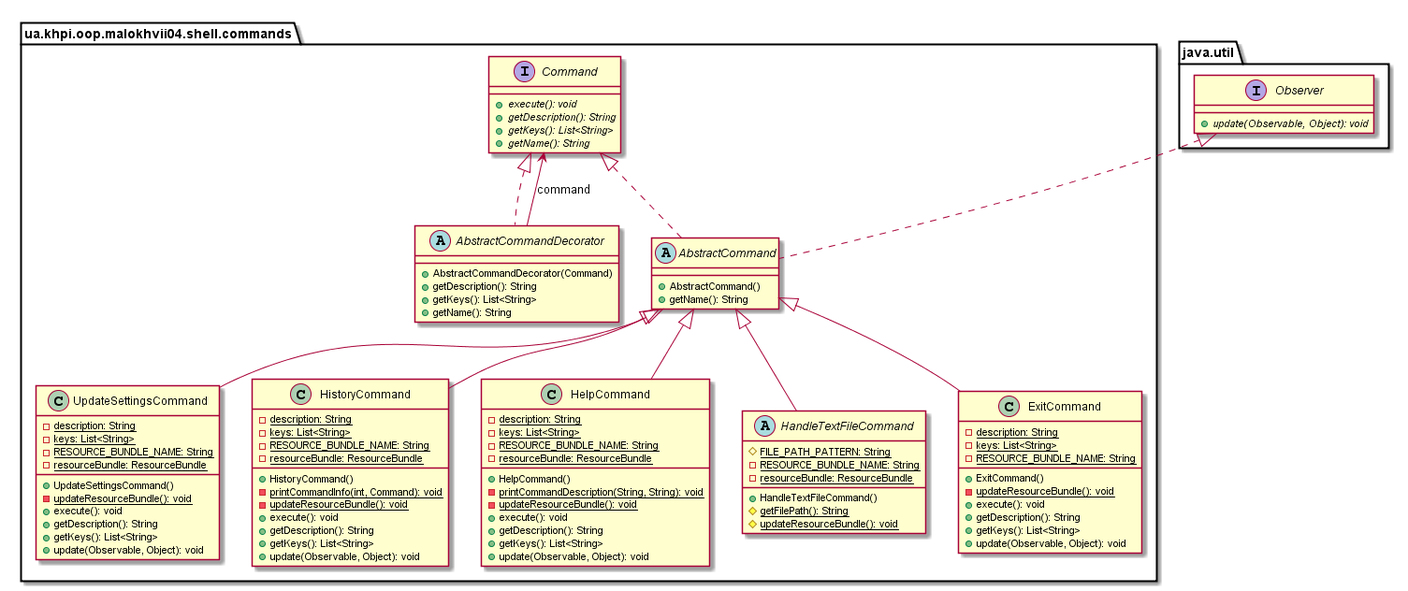
Earlier version of the PlantUML export malokhvii-eduard/malokhvii04/doc/plantuml/png/ua.khpi.oop.malokhvii04.shell.commands.package.png (P-Kalin/kit26a).
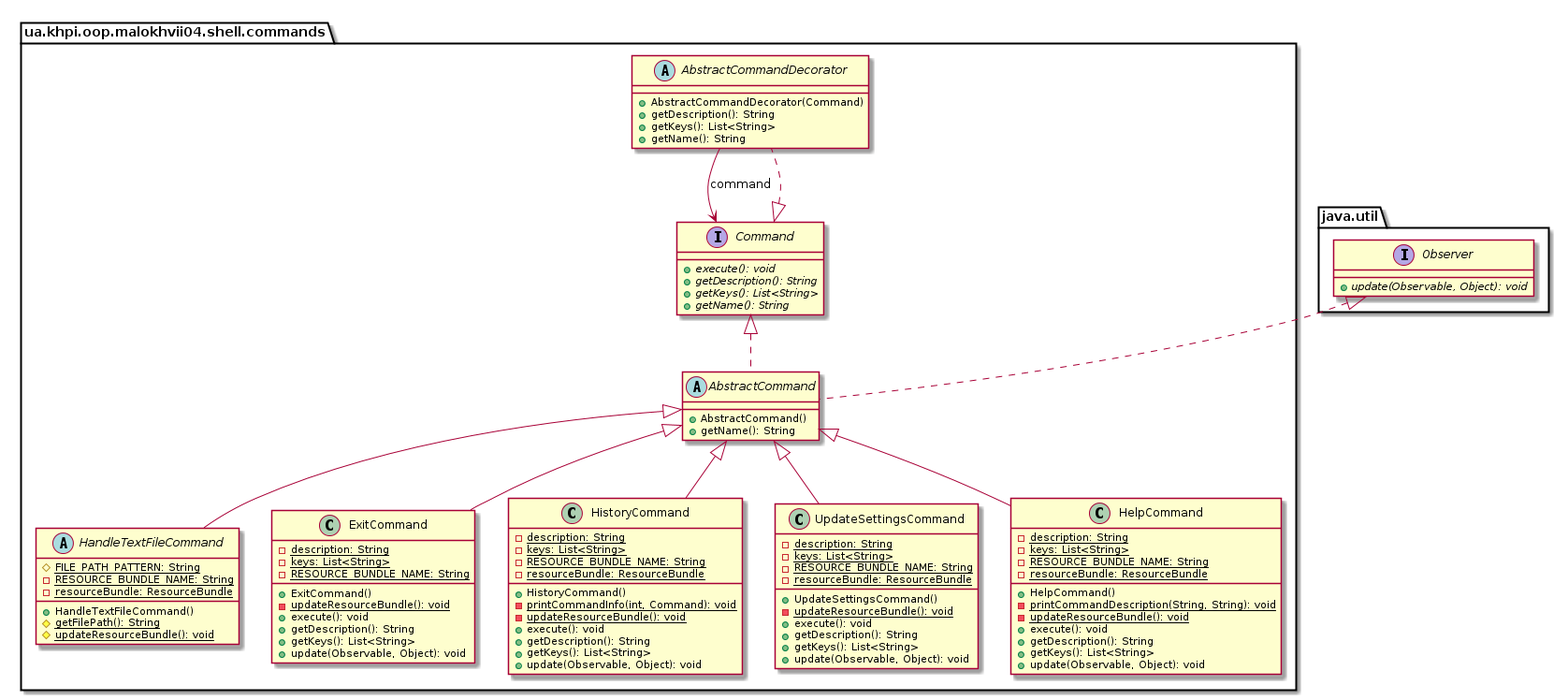
After the change.

The edit, as a diff of the source:
```diff
@@ -2,45 +2,11 @@
 
     namespace ua.khpi.oop.malokhvii04.shell.commands {
 
-        class UpdateSettingsCommand {
-            {static} -description: String
-            {static} -keys: List<String>
-            {static} -RESOURCE_BUNDLE_NAME: String
-            {static} -resourceBundle: ResourceBundle
-            +UpdateSettingsCommand()
-            {static} -updateResourceBundle(): void
-            +execute(): void
+        abstract class AbstractCommandDecorator {
+            +AbstractCommandDecorator(Command)
             +getDescription(): String
             +getKeys(): List<String>
-            +update(Observable, Object): void
-        }
-
-        class HistoryCommand {
-            {static} -description: String
-            {static} -keys: List<String>
-            {static} -RESOURCE_BUNDLE_NAME: String
-            {static} -resourceBundle: ResourceBundle
-            +HistoryCommand()
-            {static} -printCommandInfo(int, Command): void
-            {static} -updateResourceBundle(): void
-            +execute(): void
-            +getDescription(): String
-            +getKeys(): List<String>
-            +update(Observable, Object): void
-        }
-
-        class HelpCommand {
-            {static} -description: String
-            {static} -keys: List<String>
-            {static} -RESOURCE_BUNDLE_NAME: String
-            {static} -resourceBundle: ResourceBundle
-            +HelpCommand()
-            {static} -printCommandDescription(String, String): void
-            {static} -updateResourceBundle(): void
-            +execute(): void
-            +getDescription(): String
-            +getKeys(): List<String>
-            +update(Observable, Object): void
+            +getName(): String
         }
 
         abstract class HandleTextFileCommand {
@@ -64,6 +30,20 @@
             +update(Observable, Object): void
         }
 
+        class HistoryCommand {
+            {static} -description: String
+            {static} -keys: List<String>
+            {static} -RESOURCE_BUNDLE_NAME: String
+            {static} -resourceBundle: ResourceBundle
+            +HistoryCommand()
+            {static} -printCommandInfo(int, Command): void
+            {static} -updateResourceBundle(): void
+            +execute(): void
+            +getDescription(): String
+            +getKeys(): List<String>
+            +update(Observable, Object): void
+        }
+
         interface Command {
             {abstract} +execute(): void
             {abstract} +getDescription(): String
@@ -71,11 +51,17 @@
             {abstract} +getName(): String
         }
 
-        abstract class AbstractCommandDecorator {
-            +AbstractCommandDecorator(Command)
+        class UpdateSettingsCommand {
+            {static} -description: String
+            {static} -keys: List<String>
+            {static} -RESOURCE_BUNDLE_NAME: String
+            {static} -resourceBundle: ResourceBundle
+            +UpdateSettingsCommand()
+            {static} -updateResourceBundle(): void
+            +execute(): void
             +getDescription(): String
             +getKeys(): List<String>
-            +getName(): String
+            +update(Observable, Object): void
         }
 
         abstract class AbstractCommand {
@@ -83,17 +69,29 @@
             +getName(): String
         }
 
-        AbstractCommand <|-- UpdateSettingsCommand
+        class HelpCommand {
+            {static} -description: String
+            {static} -keys: List<String>
+            {static} -RESOURCE_BUNDLE_NAME: String
+            {static} -resourceBundle: ResourceBundle
+            +HelpCommand()
+            {static} -printCommandDescription(String, String): void
+            {static} -updateResourceBundle(): void
+            +execute(): void
+            +getDescription(): String
+            +getKeys(): List<String>
+            +update(Observable, Object): void
+        }
 
-        AbstractCommand <|-- HistoryCommand
-
-        AbstractCommand <|-- HelpCommand
+        Command <|.. AbstractCommandDecorator
 
         AbstractCommand <|-- HandleTextFileCommand
 
         AbstractCommand <|-- ExitCommand
 
-        Command <|.. AbstractCommandDecorator
+        AbstractCommand <|-- HistoryCommand
+
+        AbstractCommand <|-- UpdateSettingsCommand
 
         Command <|.. AbstractCommand
 
@@ -102,6 +100,8 @@
         }
         java.util.Observer <|.. AbstractCommand
 
+        AbstractCommand <|-- HelpCommand
+
         AbstractCommandDecorator --> Command: command
 
     }
```
